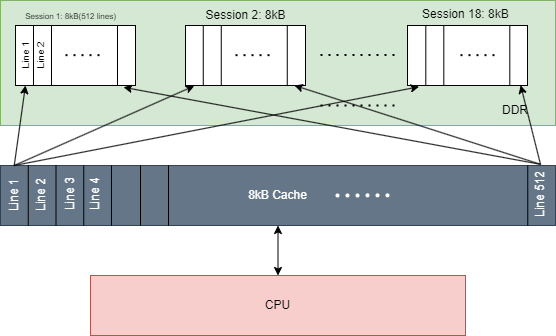
YZchen3467/drawio keeps this draw.io diagram as Something/Cache_hierarchy.png. Above is the earlier version. Source tidied: cells renumbered, new cells last; positions are measured from the earlier drawing's top-left corner, leaving out a move shared by most shapes. Source of this version:
```xml
<mxGraphModel>
  <root>
    <mxCell id="0" />
    <mxCell id="1" parent="0" />
    <mxCell id="2" style="rounded=0;whiteSpace=wrap;html=1;fillColor=#d5e8d4;strokeColor=#82b366;" parent="1" vertex="1">
      <mxGeometry x="16" width="555" height="125" as="geometry" />
    </mxCell>
    <mxCell id="3" style="rounded=0;whiteSpace=wrap;html=1;points=[[0,0,0,0,0],[0,0.25,0,0,0],[0,0.5,0,0,0],[0,0.75,0,0,0],[0,1,0,0,0],[0.15,0,0,0,0],[0.15,1,0,0,0],[0.3,0,0,0,0],[0.3,1,0,0,0],[0.85,0,0,0,0],[0.85,1,0,0,0],[1,0,0,0,0],[1,0.25,0,0,0],[1,0.5,0,0,0],[1,0.75,0,0,0],[1,1,0,0,0]];" parent="1" vertex="1">
      <mxGeometry x="31" y="25" width="120" height="60" as="geometry" />
    </mxCell>
    <mxCell id="4" style="rounded=0;whiteSpace=wrap;html=1;points=[[0,0,0,0,0],[0,0.25,0,0,0],[0,0.5,0,0,0],[0,0.75,0,0,0],[0,1,0,0,0],[0.15,0,0,0,0],[0.15,1,0,0,0],[0.3,0,0,0,0],[0.3,1,0,0,0],[0.75,0,0,0,0],[0.75,1,0,0,0],[1,0,0,0,0],[1,0.25,0,0,0],[1,0.5,0,0,0],[1,0.75,0,0,0],[1,1,0,0,0]];" parent="1" vertex="1">
      <mxGeometry x="201" y="25" width="120" height="60" as="geometry" />
    </mxCell>
    <mxCell id="5" style="rounded=0;whiteSpace=wrap;html=1;" parent="1" vertex="1">
      <mxGeometry x="423" y="25" width="120" height="60" as="geometry" />
    </mxCell>
    <mxCell id="6" style="endArrow=none;dashed=1;html=1;dashPattern=1 3;strokeWidth=2;" parent="1" edge="1">
      <mxGeometry relative="1" as="geometry">
        <mxPoint x="336" y="54.5" as="sourcePoint" />
        <mxPoint x="411" y="54.5" as="targetPoint" />
      </mxGeometry>
    </mxCell>
    <mxCell id="7" value="DDR" style="text;html=1;align=center;verticalAlign=middle;whiteSpace=wrap;rounded=0;" parent="1" vertex="1">
      <mxGeometry x="501" y="95" width="60" height="30" as="geometry" />
    </mxCell>
    <mxCell id="8" style="html=1;entryX=0.5;entryY=0;entryDx=0;entryDy=0;startArrow=classic;startFill=1;" parent="1" edge="1" source="9" target="11">
      <mxGeometry relative="1" as="geometry" />
    </mxCell>
    <mxCell id="9" value="8kB Cache" style="rounded=0;whiteSpace=wrap;html=1;fillColor=#647687;strokeColor=#314354;fontColor=#ffffff;points=[[0,0,0,0,0],[0,0.25,0,0,0],[0,0.5,0,0,0],[0,0.75,0,0,0],[0,1,0,0,0],[0.05,0,0,0,0],[0.05,1,0,0,0],[0.1,0,0,0,0],[0.1,1,0,0,0],[0.15,0,0,0,0],[0.15,1,0,0,0],[0.2,0,0,0,0],[0.2,1,0,0,0],[0.25,0,0,0,0],[0.25,1,0,0,0],[0.3,0,0,0,0],[0.3,1,0,0,0],[0.95,0,0,0,0],[0.95,1,0,0,0],[1,0,0,0,0],[1,0.25,0,0,0],[1,0.5,0,0,0],[1,0.75,0,0,0],[1,1,0,0,0]];" parent="1" vertex="1">
      <mxGeometry x="16" y="165" width="555" height="60" as="geometry" />
    </mxCell>
    <mxCell id="10" style="endArrow=none;dashed=1;html=1;dashPattern=1 3;strokeWidth=2;" parent="1" edge="1">
      <mxGeometry relative="1" as="geometry">
        <mxPoint x="336" y="105" as="sourcePoint" />
        <mxPoint x="411" y="105" as="targetPoint" />
      </mxGeometry>
    </mxCell>
    <mxCell id="11" value="CPU" style="rounded=0;whiteSpace=wrap;html=1;fillColor=#f8cecc;strokeColor=#b85450;" parent="1" vertex="1">
      <mxGeometry x="106" y="275" width="375" height="60" as="geometry" />
    </mxCell>
    <mxCell id="12" style="endArrow=none;html=1;exitX=0.05;exitY=1;exitDx=0;exitDy=0;exitPerimeter=0;entryX=0.05;entryY=0;entryDx=0;entryDy=0;entryPerimeter=0;" parent="1" edge="1" source="9" target="9">
      <mxGeometry relative="1" as="geometry" />
    </mxCell>
    <mxCell id="13" style="endArrow=none;html=1;exitX=0.1;exitY=1;exitDx=0;exitDy=0;exitPerimeter=0;entryX=0.1;entryY=0;entryDx=0;entryDy=0;entryPerimeter=0;" parent="1" edge="1" source="9" target="9">
      <mxGeometry relative="1" as="geometry" />
    </mxCell>
    <mxCell id="14" style="endArrow=none;html=1;exitX=0.15;exitY=1;exitDx=0;exitDy=0;exitPerimeter=0;entryX=0.15;entryY=0;entryDx=0;entryDy=0;entryPerimeter=0;" parent="1" edge="1" source="9" target="9">
      <mxGeometry relative="1" as="geometry" />
    </mxCell>
    <mxCell id="15" style="endArrow=none;html=1;exitX=0.2;exitY=1;exitDx=0;exitDy=0;exitPerimeter=0;entryX=0.2;entryY=0;entryDx=0;entryDy=0;entryPerimeter=0;" parent="1" edge="1" source="9" target="9">
      <mxGeometry relative="1" as="geometry" />
    </mxCell>
    <mxCell id="16" style="endArrow=none;html=1;exitX=0.05;exitY=1;exitDx=0;exitDy=0;exitPerimeter=0;entryX=0.05;entryY=0;entryDx=0;entryDy=0;entryPerimeter=0;" parent="1" edge="1">
      <mxGeometry relative="1" as="geometry">
        <mxPoint x="156" y="225" as="sourcePoint" />
        <mxPoint x="156" y="165" as="targetPoint" />
      </mxGeometry>
    </mxCell>
    <mxCell id="17" style="endArrow=none;html=1;exitX=0.1;exitY=1;exitDx=0;exitDy=0;exitPerimeter=0;entryX=0.1;entryY=0;entryDx=0;entryDy=0;entryPerimeter=0;" parent="1" edge="1">
      <mxGeometry relative="1" as="geometry">
        <mxPoint x="184" y="225" as="sourcePoint" />
        <mxPoint x="184" y="165" as="targetPoint" />
      </mxGeometry>
    </mxCell>
    <mxCell id="18" style="group;" parent="1" vertex="1">
      <mxGeometry x="381" y="192.8" width="24" height="4" as="geometry" />
    </mxCell>
    <mxCell id="19" style="ellipse;whiteSpace=wrap;html=1;strokeColor=none;" parent="18" vertex="1">
      <mxGeometry width="4" height="4" as="geometry" />
    </mxCell>
    <mxCell id="20" style="ellipse;whiteSpace=wrap;html=1;strokeColor=none;" parent="18" vertex="1">
      <mxGeometry x="10" width="4" height="4" as="geometry" />
    </mxCell>
    <mxCell id="21" style="ellipse;whiteSpace=wrap;html=1;strokeColor=none;" parent="18" vertex="1">
      <mxGeometry x="20" width="4" height="4" as="geometry" />
    </mxCell>
    <mxCell id="22" style="group;" parent="1" vertex="1">
      <mxGeometry x="351" y="193" width="24" height="4" as="geometry" />
    </mxCell>
    <mxCell id="23" style="ellipse;whiteSpace=wrap;html=1;strokeColor=none;" parent="22" vertex="1">
      <mxGeometry width="4" height="4" as="geometry" />
    </mxCell>
    <mxCell id="24" style="ellipse;whiteSpace=wrap;html=1;strokeColor=none;" parent="22" vertex="1">
      <mxGeometry x="10" width="4" height="4" as="geometry" />
    </mxCell>
    <mxCell id="25" style="ellipse;whiteSpace=wrap;html=1;strokeColor=none;" parent="22" vertex="1">
      <mxGeometry x="20" width="4" height="4" as="geometry" />
    </mxCell>
    <mxCell id="26" style="endArrow=none;html=1;exitX=0.95;exitY=1;exitDx=0;exitDy=0;exitPerimeter=0;entryX=0.95;entryY=0;entryDx=0;entryDy=0;entryPerimeter=0;" parent="1" edge="1" source="9" target="9">
      <mxGeometry relative="1" as="geometry" />
    </mxCell>
    <mxCell id="27" value="&lt;font style=&quot;color: rgb(255, 255, 255);&quot;&gt;Line 1&lt;/font&gt;" style="text;html=1;align=center;verticalAlign=middle;whiteSpace=wrap;rounded=0;rotation=-90;" parent="1" vertex="1">
      <mxGeometry x="-0.2" y="181.2" width="60" height="27.5" as="geometry" />
    </mxCell>
    <mxCell id="28" value="&lt;font style=&quot;color: rgb(255, 255, 255);&quot;&gt;Line 2&lt;/font&gt;" style="text;html=1;align=center;verticalAlign=middle;whiteSpace=wrap;rounded=0;rotation=-90;" parent="1" vertex="1">
      <mxGeometry x="27.4" y="179.1" width="60" height="29.8" as="geometry" />
    </mxCell>
    <mxCell id="29" value="&lt;font style=&quot;color: rgb(255, 255, 255);&quot;&gt;Line 3&lt;/font&gt;" style="text;html=1;align=center;verticalAlign=middle;whiteSpace=wrap;rounded=0;rotation=-90;" parent="1" vertex="1">
      <mxGeometry x="56" y="178.9" width="60" height="29.8" as="geometry" />
    </mxCell>
    <mxCell id="30" value="&lt;font style=&quot;color: rgb(255, 255, 255);&quot;&gt;Line 4&lt;/font&gt;" style="text;html=1;align=center;verticalAlign=middle;whiteSpace=wrap;rounded=0;rotation=-90;" parent="1" vertex="1">
      <mxGeometry x="81" y="178.9" width="60" height="29.8" as="geometry" />
    </mxCell>
    <mxCell id="31" value="&lt;font style=&quot;color: rgb(255, 255, 255);&quot;&gt;Line 512&lt;/font&gt;" style="text;html=1;align=center;verticalAlign=middle;whiteSpace=wrap;rounded=0;rotation=-90;" parent="1" vertex="1">
      <mxGeometry x="526" y="178.9" width="60" height="29.8" as="geometry" />
    </mxCell>
    <mxCell id="32" style="endArrow=none;html=1;entryX=0.15;entryY=0;entryDx=0;entryDy=0;entryPerimeter=0;exitX=0.15;exitY=1;exitDx=0;exitDy=0;exitPerimeter=0;" parent="1" edge="1" source="3" target="3">
      <mxGeometry relative="1" as="geometry" />
    </mxCell>
    <mxCell id="33" style="endArrow=none;html=1;entryX=0.3;entryY=0;entryDx=0;entryDy=0;entryPerimeter=0;exitX=0.3;exitY=1;exitDx=0;exitDy=0;exitPerimeter=0;" parent="1" edge="1" source="3" target="3">
      <mxGeometry relative="1" as="geometry" />
    </mxCell>
    <mxCell id="34" style="endArrow=none;html=1;entryX=0.85;entryY=0;entryDx=0;entryDy=0;entryPerimeter=0;exitX=0.85;exitY=1;exitDx=0;exitDy=0;exitPerimeter=0;" parent="1" edge="1" source="3" target="3">
      <mxGeometry relative="1" as="geometry" />
    </mxCell>
    <mxCell id="35" style="endArrow=none;html=1;entryX=0.15;entryY=0;entryDx=0;entryDy=0;entryPerimeter=0;exitX=0.15;exitY=1;exitDx=0;exitDy=0;exitPerimeter=0;" parent="1" edge="1">
      <mxGeometry relative="1" as="geometry">
        <mxPoint x="218.8" y="85" as="sourcePoint" />
        <mxPoint x="218.8" y="25" as="targetPoint" />
      </mxGeometry>
    </mxCell>
    <mxCell id="36" style="endArrow=none;html=1;entryX=0.3;entryY=0;entryDx=0;entryDy=0;entryPerimeter=0;exitX=0.3;exitY=1;exitDx=0;exitDy=0;exitPerimeter=0;" parent="1" edge="1">
      <mxGeometry relative="1" as="geometry">
        <mxPoint x="236.8" y="85" as="sourcePoint" />
        <mxPoint x="236.8" y="25" as="targetPoint" />
      </mxGeometry>
    </mxCell>
    <mxCell id="37" style="endArrow=none;html=1;entryX=0.85;entryY=0;entryDx=0;entryDy=0;entryPerimeter=0;exitX=0.85;exitY=1;exitDx=0;exitDy=0;exitPerimeter=0;" parent="1" edge="1">
      <mxGeometry relative="1" as="geometry">
        <mxPoint x="302.8" y="85" as="sourcePoint" />
        <mxPoint x="302.8" y="25" as="targetPoint" />
      </mxGeometry>
    </mxCell>
    <mxCell id="38" value="&lt;font style=&quot;color: rgb(0, 0, 0); font-size: 10px;&quot;&gt;Line 1&lt;/font&gt;" style="text;html=1;align=center;verticalAlign=middle;whiteSpace=wrap;rounded=0;rotation=-90;" parent="1" vertex="1">
      <mxGeometry x="16" y="40" width="50" height="30" as="geometry" />
    </mxCell>
    <mxCell id="39" value="&lt;span style=&quot;color: rgb(0, 0, 0);&quot;&gt;Session 2: 8kB&lt;/span&gt;" style="text;html=1;align=center;verticalAlign=middle;whiteSpace=wrap;rounded=0;" parent="1" vertex="1">
      <mxGeometry x="213.5" width="95" height="30" as="geometry" />
    </mxCell>
    <mxCell id="40" value="&lt;span style=&quot;color: rgb(0, 0, 0);&quot;&gt;&lt;font style=&quot;font-size: 8px;&quot;&gt;Session 1: 8kB(512 lines)&lt;/font&gt;&lt;/span&gt;" style="text;html=1;align=center;verticalAlign=middle;whiteSpace=wrap;rounded=0;" parent="1" vertex="1">
      <mxGeometry x="38.5" width="95" height="30" as="geometry" />
    </mxCell>
    <mxCell id="41" style="edgeStyle=none;html=1;entryX=0.083;entryY=1;entryDx=0;entryDy=0;entryPerimeter=0;exitX=1;exitY=0.5;exitDx=0;exitDy=0;" parent="1" edge="1" source="27" target="3">
      <mxGeometry relative="1" as="geometry" />
    </mxCell>
    <mxCell id="42" value="&lt;font style=&quot;color: rgb(0, 0, 0); font-size: 10px;&quot;&gt;Line 2&lt;/font&gt;" style="text;html=1;align=center;verticalAlign=middle;whiteSpace=wrap;rounded=0;rotation=-90;" parent="1" vertex="1">
      <mxGeometry x="31" y="40" width="50" height="30" as="geometry" />
    </mxCell>
    <mxCell id="43" style="endArrow=none;dashed=1;html=1;dashPattern=1 3;strokeWidth=2;" parent="1" edge="1">
      <mxGeometry relative="1" as="geometry">
        <mxPoint x="251" y="54.7" as="sourcePoint" />
        <mxPoint x="291" y="54.7" as="targetPoint" />
      </mxGeometry>
    </mxCell>
    <mxCell id="44" style="endArrow=none;dashed=1;html=1;dashPattern=1 3;strokeWidth=2;" parent="1" edge="1">
      <mxGeometry relative="1" as="geometry">
        <mxPoint x="81" y="54.7" as="sourcePoint" />
        <mxPoint x="121" y="54.7" as="targetPoint" />
      </mxGeometry>
    </mxCell>
    <mxCell id="45" style="endArrow=none;html=1;entryX=0.15;entryY=0;entryDx=0;entryDy=0;entryPerimeter=0;exitX=0.15;exitY=1;exitDx=0;exitDy=0;exitPerimeter=0;" parent="1" edge="1">
      <mxGeometry relative="1" as="geometry">
        <mxPoint x="441.3" y="85" as="sourcePoint" />
        <mxPoint x="441.3" y="25" as="targetPoint" />
      </mxGeometry>
    </mxCell>
    <mxCell id="46" style="endArrow=none;html=1;entryX=0.3;entryY=0;entryDx=0;entryDy=0;entryPerimeter=0;exitX=0.3;exitY=1;exitDx=0;exitDy=0;exitPerimeter=0;" parent="1" edge="1">
      <mxGeometry relative="1" as="geometry">
        <mxPoint x="459.3" y="85" as="sourcePoint" />
        <mxPoint x="459.3" y="25" as="targetPoint" />
      </mxGeometry>
    </mxCell>
    <mxCell id="47" style="endArrow=none;html=1;entryX=0.85;entryY=0;entryDx=0;entryDy=0;entryPerimeter=0;exitX=0.85;exitY=1;exitDx=0;exitDy=0;exitPerimeter=0;" parent="1" edge="1">
      <mxGeometry relative="1" as="geometry">
        <mxPoint x="525.3" y="85" as="sourcePoint" />
        <mxPoint x="525.3" y="25" as="targetPoint" />
      </mxGeometry>
    </mxCell>
    <mxCell id="48" value="&lt;span style=&quot;color: rgb(0, 0, 0); font-family: Helvetica; font-size: 12px; font-style: normal; font-variant-ligatures: normal; font-variant-caps: normal; font-weight: 400; letter-spacing: normal; orphans: 2; text-align: center; text-indent: 0px; text-transform: none; widows: 2; word-spacing: 0px; -webkit-text-stroke-width: 0px; white-space: normal; text-decoration-thickness: initial; text-decoration-style: initial; text-decoration-color: initial; float: none; display: inline !important;&quot;&gt;Session 18: 8kB&lt;/span&gt;" style="text;whiteSpace=wrap;html=1;" parent="1" vertex="1">
      <mxGeometry x="436" width="115" height="35" as="geometry" />
    </mxCell>
    <mxCell id="49" style="endArrow=none;dashed=1;html=1;dashPattern=1 3;strokeWidth=2;" parent="1" edge="1">
      <mxGeometry relative="1" as="geometry">
        <mxPoint x="476" y="54.7" as="sourcePoint" />
        <mxPoint x="516" y="54.7" as="targetPoint" />
      </mxGeometry>
    </mxCell>
    <mxCell id="50" style="edgeStyle=none;html=1;entryX=0.073;entryY=1.007;entryDx=0;entryDy=0;entryPerimeter=0;exitX=1;exitY=0.5;exitDx=0;exitDy=0;" parent="1" edge="1" source="27" target="4">
      <mxGeometry relative="1" as="geometry" />
    </mxCell>
    <mxCell id="51" style="edgeStyle=none;html=1;entryX=0.9;entryY=1.03;entryDx=0;entryDy=0;entryPerimeter=0;exitX=1;exitY=0.5;exitDx=0;exitDy=0;" parent="1" edge="1" source="31" target="3">
      <mxGeometry relative="1" as="geometry" />
    </mxCell>
    <mxCell id="52" style="edgeStyle=none;html=1;entryX=0.908;entryY=1;entryDx=0;entryDy=0;entryPerimeter=0;exitX=1;exitY=0.5;exitDx=0;exitDy=0;" parent="1" edge="1" source="31" target="4">
      <mxGeometry relative="1" as="geometry" />
    </mxCell>
    <mxCell id="53" style="edgeStyle=none;html=1;entryX=0.943;entryY=0.996;entryDx=0;entryDy=0;entryPerimeter=0;exitX=1;exitY=0.5;exitDx=0;exitDy=0;" parent="1" edge="1" source="31" target="5">
      <mxGeometry relative="1" as="geometry" />
    </mxCell>
    <mxCell id="54" style="edgeStyle=none;html=1;entryX=0.096;entryY=1.021;entryDx=0;entryDy=0;entryPerimeter=0;exitX=1;exitY=0.5;exitDx=0;exitDy=0;" parent="1" edge="1" source="27" target="5">
      <mxGeometry relative="1" as="geometry" />
    </mxCell>
  </root>
</mxGraphModel>
```
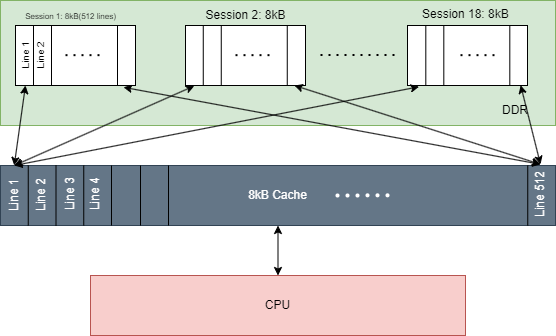
After the commit.

Commit message:
add zcu104 bsp

Diff of the diagram source:
```diff
@@ -29,12 +29,6 @@
     <mxCell id="9" value="8kB Cache" style="rounded=0;whiteSpace=wrap;html=1;fillColor=#647687;strokeColor=#314354;fontColor=#ffffff;points=[[0,0,0,0,0],[0,0.25,0,0,0],[0,0.5,0,0,0],[0,0.75,0,0,0],[0,1,0,0,0],[0.05,0,0,0,0],[0.05,1,0,0,0],[0.1,0,0,0,0],[0.1,1,0,0,0],[0.15,0,0,0,0],[0.15,1,0,0,0],[0.2,0,0,0,0],[0.2,1,0,0,0],[0.25,0,0,0,0],[0.25,1,0,0,0],[0.3,0,0,0,0],[0.3,1,0,0,0],[0.95,0,0,0,0],[0.95,1,0,0,0],[1,0,0,0,0],[1,0.25,0,0,0],[1,0.5,0,0,0],[1,0.75,0,0,0],[1,1,0,0,0]];" parent="1" vertex="1">
       <mxGeometry x="16" y="165" width="555" height="60" as="geometry" />
     </mxCell>
-    <mxCell id="10" style="endArrow=none;dashed=1;html=1;dashPattern=1 3;strokeWidth=2;" parent="1" edge="1">
-      <mxGeometry relative="1" as="geometry">
-        <mxPoint x="336" y="105" as="sourcePoint" />
-        <mxPoint x="411" y="105" as="targetPoint" />
-      </mxGeometry>
-    </mxCell>
     <mxCell id="11" value="CPU" style="rounded=0;whiteSpace=wrap;html=1;fillColor=#f8cecc;strokeColor=#b85450;" parent="1" vertex="1">
       <mxGeometry x="106" y="275" width="375" height="60" as="geometry" />
     </mxCell>
@@ -140,7 +134,7 @@
     <mxCell id="40" value="&lt;span style=&quot;color: rgb(0, 0, 0);&quot;&gt;&lt;font style=&quot;font-size: 8px;&quot;&gt;Session 1: 8kB(512 lines)&lt;/font&gt;&lt;/span&gt;" style="text;html=1;align=center;verticalAlign=middle;whiteSpace=wrap;rounded=0;" parent="1" vertex="1">
       <mxGeometry x="38.5" width="95" height="30" as="geometry" />
     </mxCell>
-    <mxCell id="41" style="edgeStyle=none;html=1;entryX=0.083;entryY=1;entryDx=0;entryDy=0;entryPerimeter=0;exitX=1;exitY=0.5;exitDx=0;exitDy=0;" parent="1" edge="1" source="27" target="3">
+    <mxCell id="41" style="edgeStyle=none;html=1;entryX=0.083;entryY=1;entryDx=0;entryDy=0;entryPerimeter=0;exitX=1;exitY=0.5;exitDx=0;exitDy=0;startArrow=classic;startFill=1;" parent="1" edge="1" source="27" target="3">
       <mxGeometry relative="1" as="geometry" />
     </mxCell>
     <mxCell id="42" value="&lt;font style=&quot;color: rgb(0, 0, 0); font-size: 10px;&quot;&gt;Line 2&lt;/font&gt;" style="text;html=1;align=center;verticalAlign=middle;whiteSpace=wrap;rounded=0;rotation=-90;" parent="1" vertex="1">
@@ -185,19 +179,19 @@
         <mxPoint x="516" y="54.7" as="targetPoint" />
       </mxGeometry>
     </mxCell>
-    <mxCell id="50" style="edgeStyle=none;html=1;entryX=0.073;entryY=1.007;entryDx=0;entryDy=0;entryPerimeter=0;exitX=1;exitY=0.5;exitDx=0;exitDy=0;" parent="1" edge="1" source="27" target="4">
+    <mxCell id="50" style="edgeStyle=none;html=1;entryX=0.073;entryY=1.007;entryDx=0;entryDy=0;entryPerimeter=0;exitX=1;exitY=0.5;exitDx=0;exitDy=0;startArrow=classic;startFill=1;" parent="1" edge="1" source="27" target="4">
       <mxGeometry relative="1" as="geometry" />
     </mxCell>
-    <mxCell id="51" style="edgeStyle=none;html=1;entryX=0.9;entryY=1.03;entryDx=0;entryDy=0;entryPerimeter=0;exitX=1;exitY=0.5;exitDx=0;exitDy=0;" parent="1" edge="1" source="31" target="3">
+    <mxCell id="51" style="edgeStyle=none;html=1;entryX=0.9;entryY=1.03;entryDx=0;entryDy=0;entryPerimeter=0;exitX=1;exitY=0.5;exitDx=0;exitDy=0;startArrow=classic;startFill=1;" parent="1" edge="1" source="31" target="3">
       <mxGeometry relative="1" as="geometry" />
     </mxCell>
-    <mxCell id="52" style="edgeStyle=none;html=1;entryX=0.908;entryY=1;entryDx=0;entryDy=0;entryPerimeter=0;exitX=1;exitY=0.5;exitDx=0;exitDy=0;" parent="1" edge="1" source="31" target="4">
+    <mxCell id="52" style="edgeStyle=none;html=1;entryX=0.908;entryY=1;entryDx=0;entryDy=0;entryPerimeter=0;exitX=1;exitY=0.5;exitDx=0;exitDy=0;startArrow=classic;startFill=1;" parent="1" edge="1" source="31" target="4">
       <mxGeometry relative="1" as="geometry" />
     </mxCell>
-    <mxCell id="53" style="edgeStyle=none;html=1;entryX=0.943;entryY=0.996;entryDx=0;entryDy=0;entryPerimeter=0;exitX=1;exitY=0.5;exitDx=0;exitDy=0;" parent="1" edge="1" source="31" target="5">
+    <mxCell id="53" style="edgeStyle=none;html=1;entryX=0.943;entryY=0.996;entryDx=0;entryDy=0;entryPerimeter=0;exitX=1;exitY=0.5;exitDx=0;exitDy=0;startArrow=classic;startFill=1;" parent="1" edge="1" source="31" target="5">
       <mxGeometry relative="1" as="geometry" />
     </mxCell>
-    <mxCell id="54" style="edgeStyle=none;html=1;entryX=0.096;entryY=1.021;entryDx=0;entryDy=0;entryPerimeter=0;exitX=1;exitY=0.5;exitDx=0;exitDy=0;" parent="1" edge="1" source="27" target="5">
+    <mxCell id="54" style="edgeStyle=none;html=1;entryX=0.096;entryY=1.021;entryDx=0;entryDy=0;entryPerimeter=0;exitX=1;exitY=0.5;exitDx=0;exitDy=0;startArrow=classic;startFill=1;" parent="1" edge="1" source="27" target="5">
       <mxGeometry relative="1" as="geometry" />
     </mxCell>
   </root>
```
